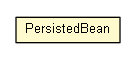
This is apidocs/net/trajano/app/PersistedBean.png from trajano/app, a Graphviz export, as it was before one commit. Its source is kept beside it as apidocs/net/trajano/app/PersistedBean.dot. Its diagram source:
```dot

digraph G {
	edge [fontname="arial",fontsize=10,labelfontname="arial",labelfontsize=10];
	node [fontname="arial",fontsize=10,shape=plaintext];
	nodesep=0.25;
	ranksep=0.5;
	c702 [label=<<table title="net.trajano.app.PersistedBean" border="0" cellborder="1" cellspacing="0" cellpadding="2" port="p" bgcolor="lemonChiffon" href="./PersistedBean.html">
		<tr><td><table border="0" cellspacing="0" cellpadding="1">
<tr><td align="center" balign="center"> PersistedBean </td></tr>
		</table></td></tr>
		</table>>, URL="./PersistedBean.html", fontname="arial", fontcolor="black", fontsize=10.0];
}
```
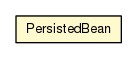
Later version of the same file.

Diff of the diagram source:
```diff
@@ -1,12 +1,12 @@
 
 digraph G {
-	edge [fontname="arial",fontsize=10,labelfontname="arial",labelfontsize=10];
-	node [fontname="arial",fontsize=10,shape=plaintext];
+	edge [fontname="Helvetica",fontsize=10,labelfontname="Helvetica",labelfontsize=10];
+	node [fontname="Helvetica",fontsize=10,shape=plaintext];
 	nodesep=0.25;
 	ranksep=0.5;
-	c702 [label=<<table title="net.trajano.app.PersistedBean" border="0" cellborder="1" cellspacing="0" cellpadding="2" port="p" bgcolor="lemonChiffon" href="./PersistedBean.html">
+	c726 [label=<<table title="net.trajano.app.PersistedBean" border="0" cellborder="1" cellspacing="0" cellpadding="2" port="p" bgcolor="lemonChiffon" href="./PersistedBean.html">
 		<tr><td><table border="0" cellspacing="0" cellpadding="1">
 <tr><td align="center" balign="center"> PersistedBean </td></tr>
 		</table></td></tr>
-		</table>>, URL="./PersistedBean.html", fontname="arial", fontcolor="black", fontsize=10.0];
+		</table>>, URL="./PersistedBean.html", fontname="Helvetica", fontcolor="black", fontsize=10.0];
 }
```
